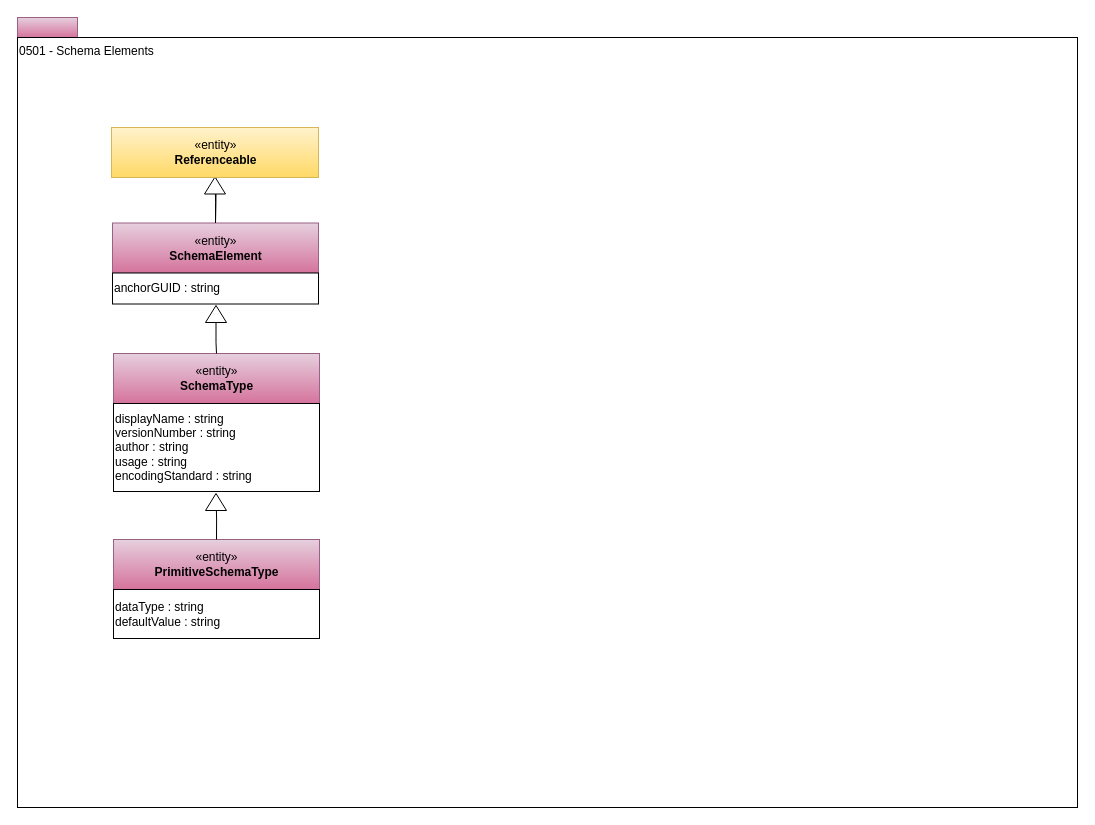
The draw.io diagram page "0501-Schema-Elements" (2 of 20) of open-metadata-publication/website/open-metadata-types/Area-5-models-and-schema.drawio in planetf1/egeria, before the edit. Source tidied: cells renumbered, new cells numbered last; positions are measured from the earlier drawing's top-left corner, leaving out a move shared by most shapes. Both pictures are drawn from the tidied source at 100%, with x=0, y=0 at pixel (17, 17).
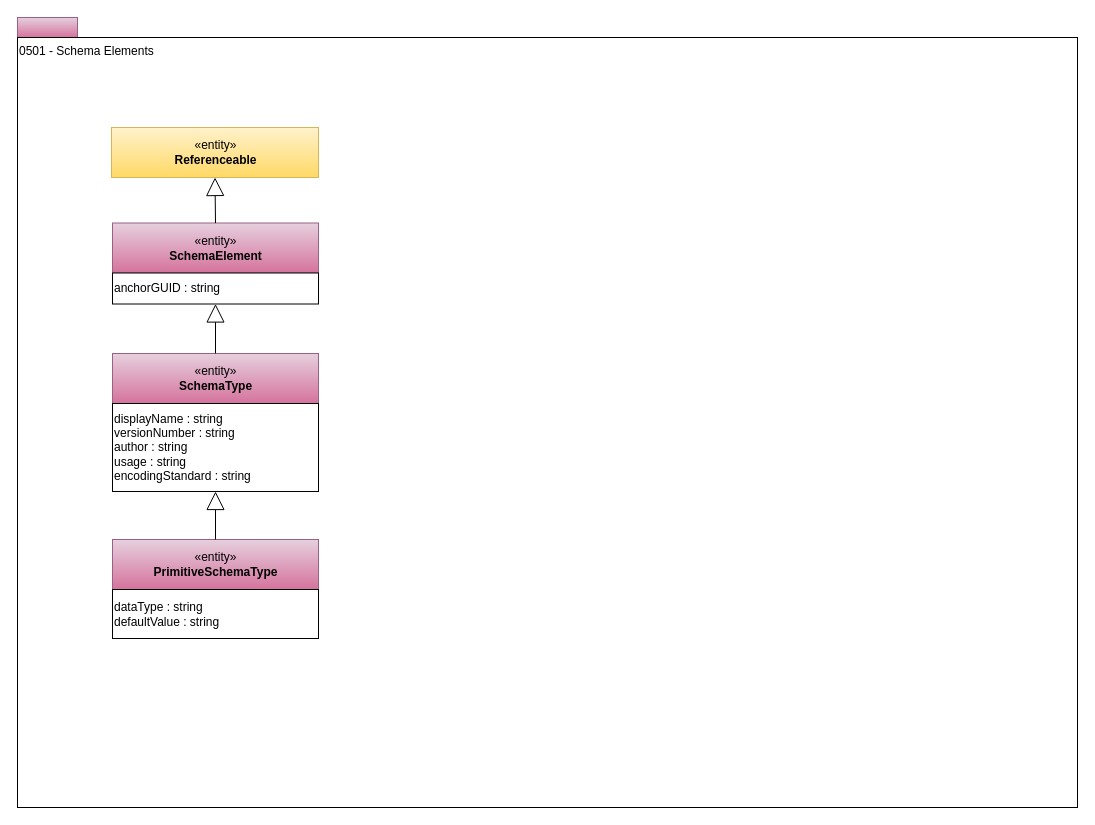
Above is the later version.

The edit, as a diff of the source:
```diff
@@
 <mxGraphModel>
   <root>
     <mxCell id="0" />
     <mxCell id="1" parent="0" />
     <mxCell id="2" style="rounded=0;whiteSpace=wrap;html=1;align=left;fillColor=#e6d0de;strokeColor=#996185;gradientColor=#d5739d;" parent="1" vertex="1">
       <mxGeometry width="60" height="20" as="geometry" />
     </mxCell>
     <mxCell id="3" value="0501 - Schema Elements" style="rounded=0;whiteSpace=wrap;html=1;align=left;verticalAlign=top;" parent="1" vertex="1">
       <mxGeometry y="20" width="1060" height="770" as="geometry" />
     </mxCell>
-    <mxCell id="4" style="edgeStyle=orthogonalEdgeStyle;rounded=0;html=1;endArrow=none;endFill=0;jettySize=auto;" parent="1" edge="1" target="5">
-      <mxGeometry relative="1" as="geometry">
-        <mxPoint x="198" y="146.5" as="sourcePoint" />
-      </mxGeometry>
-    </mxCell>
+    <mxCell id="9" value="«entity»&lt;br&gt;&lt;b&gt;Referenceable&lt;/b&gt;" style="html=1;strokeColor=#d6b656;align=center;fillColor=#fff2cc;gradientColor=#ffd966;" parent="1" vertex="1">
+      <mxGeometry x="94" y="110" width="207" height="50" as="geometry" />
+    </mxCell>
+    <mxCell id="18" style="group;" parent="1" vertex="1">
+      <mxGeometry x="95" y="205.5" width="206" height="81" as="geometry" />
+    </mxCell>
-    <mxCell id="5" value="«entity»&lt;br&gt;&lt;b&gt;SchemaElement&lt;/b&gt;" style="html=1;strokeColor=#996185;align=center;fillColor=#e6d0de;gradientColor=#d5739d;" parent="1" vertex="1">
-      <mxGeometry x="95" y="205.5" width="206" height="50" as="geometry" />
+    <mxCell id="5" value="«entity»&lt;br&gt;&lt;b&gt;SchemaElement&lt;/b&gt;" style="html=1;strokeColor=#996185;align=center;fillColor=#e6d0de;gradientColor=#d5739d;" parent="18" vertex="1">
+      <mxGeometry width="206" height="50" as="geometry" />
     </mxCell>
-    <mxCell id="6" value="anchorGUID : string" style="rounded=0;whiteSpace=wrap;html=1;strokeColor=#000000;gradientColor=#ffffff;align=left;" parent="1" vertex="1">
-      <mxGeometry x="95" y="255.5" width="206" height="31" as="geometry" />
+    <mxCell id="6" value="anchorGUID : string" style="rounded=0;whiteSpace=wrap;html=1;strokeColor=#000000;gradientColor=#ffffff;align=left;" parent="18" vertex="1">
+      <mxGeometry y="50" width="206" height="31" as="geometry" />
     </mxCell>
-    <mxCell id="7" style="edgeStyle=orthogonalEdgeStyle;rounded=0;html=1;endArrow=none;endFill=0;jettySize=auto;" parent="1" edge="1" target="5">
-      <mxGeometry relative="1" as="geometry">
-        <mxPoint x="197.6" y="163.5" as="sourcePoint" />
-      </mxGeometry>
-    </mxCell>
-    <mxCell id="8" style="triangle;whiteSpace=wrap;html=1;strokeColor=#000000;gradientColor=#ffffff;align=center;rotation=-90;" parent="1" vertex="1">
-      <mxGeometry x="189" y="157.5" width="17" height="21" as="geometry" />
-    </mxCell>
-    <mxCell id="9" value="«entity»&lt;br&gt;&lt;b&gt;Referenceable&lt;/b&gt;" style="html=1;strokeColor=#d6b656;align=center;fillColor=#fff2cc;gradientColor=#ffd966;" parent="1" vertex="1">
-      <mxGeometry x="94" y="110" width="207" height="50" as="geometry" />
-    </mxCell>
+    <mxCell id="19" style="group;" parent="1" vertex="1">
+      <mxGeometry x="95" y="336" width="206" height="138" as="geometry" />
+    </mxCell>
-    <mxCell id="10" value="«entity»&lt;br&gt;&lt;b&gt;SchemaType&lt;/b&gt;" style="html=1;strokeColor=#996185;align=center;fillColor=#e6d0de;gradientColor=#d5739d;" parent="1" vertex="1">
-      <mxGeometry x="96" y="336" width="206" height="50" as="geometry" />
+    <mxCell id="10" value="«entity»&lt;br&gt;&lt;b&gt;SchemaType&lt;/b&gt;" style="html=1;strokeColor=#996185;align=center;fillColor=#e6d0de;gradientColor=#d5739d;" parent="19" vertex="1">
+      <mxGeometry width="206" height="50" as="geometry" />
     </mxCell>
-    <mxCell id="11" value="displayName : string&lt;br&gt;versionNumber : string&lt;br&gt;author : string&lt;br&gt;usage : string&lt;br&gt;encodingStandard : string&lt;br&gt;&lt;div style=&quot;text-align: left&quot;&gt;&lt;/div&gt;" style="rounded=0;whiteSpace=wrap;html=1;strokeColor=#000000;gradientColor=#ffffff;align=left;" parent="1" vertex="1">
-      <mxGeometry x="96" y="386" width="206" height="88" as="geometry" />
+    <mxCell id="11" value="displayName : string&lt;br&gt;versionNumber : string&lt;br&gt;author : string&lt;br&gt;usage : string&lt;br&gt;encodingStandard : string&lt;br&gt;&lt;div style=&quot;text-align: left&quot;&gt;&lt;/div&gt;" style="rounded=0;whiteSpace=wrap;html=1;strokeColor=#000000;gradientColor=#ffffff;align=left;" parent="19" vertex="1">
+      <mxGeometry y="50" width="206" height="88" as="geometry" />
     </mxCell>
-    <mxCell id="12" style="edgeStyle=orthogonalEdgeStyle;rounded=0;html=1;endArrow=none;endFill=0;jettySize=auto;exitX=0;exitY=0.5;exitDx=0;exitDy=0;" parent="1" edge="1" source="13" target="10">
-      <mxGeometry relative="1" as="geometry" />
-    </mxCell>
-    <mxCell id="13" style="triangle;whiteSpace=wrap;html=1;strokeColor=#000000;gradientColor=#ffffff;align=center;rotation=-90;" parent="1" vertex="1">
-      <mxGeometry x="190" y="286" width="17" height="21" as="geometry" />
-    </mxCell>
+    <mxCell id="20" style="group;" parent="1" vertex="1">
+      <mxGeometry x="95" y="522" width="206" height="99" as="geometry" />
+    </mxCell>
-    <mxCell id="14" value="«entity»&lt;br&gt;&lt;b&gt;PrimitiveSchemaType&lt;/b&gt;" style="html=1;strokeColor=#996185;align=center;fillColor=#e6d0de;gradientColor=#d5739d;" parent="1" vertex="1">
-      <mxGeometry x="96" y="522" width="206" height="50" as="geometry" />
+    <mxCell id="14" value="«entity»&lt;br&gt;&lt;b&gt;PrimitiveSchemaType&lt;/b&gt;" style="html=1;strokeColor=#996185;align=center;fillColor=#e6d0de;gradientColor=#d5739d;" parent="20" vertex="1">
+      <mxGeometry width="206" height="50" as="geometry" />
     </mxCell>
-    <mxCell id="15" value="dataType : string&lt;br&gt;defaultValue : string&lt;br&gt;&lt;div style=&quot;text-align: left&quot;&gt;&lt;/div&gt;" style="rounded=0;whiteSpace=wrap;html=1;strokeColor=#000000;gradientColor=#ffffff;align=left;" parent="1" vertex="1">
-      <mxGeometry x="96" y="572" width="206" height="49" as="geometry" />
+    <mxCell id="15" value="dataType : string&lt;br&gt;defaultValue : string&lt;br&gt;&lt;div style=&quot;text-align: left&quot;&gt;&lt;/div&gt;" style="rounded=0;whiteSpace=wrap;html=1;strokeColor=#000000;gradientColor=#ffffff;align=left;" parent="20" vertex="1">
+      <mxGeometry y="50" width="206" height="49" as="geometry" />
     </mxCell>
-    <mxCell id="16" style="edgeStyle=orthogonalEdgeStyle;rounded=0;html=1;endArrow=none;endFill=0;jettySize=auto;" parent="1" edge="1" target="14">
-      <mxGeometry relative="1" as="geometry">
-        <mxPoint x="198.6" y="480" as="sourcePoint" />
-      </mxGeometry>
-    </mxCell>
-    <mxCell id="17" style="triangle;whiteSpace=wrap;html=1;strokeColor=#000000;gradientColor=#ffffff;align=center;rotation=-90;" parent="1" vertex="1">
-      <mxGeometry x="190" y="474" width="17" height="21" as="geometry" />
-    </mxCell>
+    <mxCell id="21" style="edgeStyle=orthogonalEdgeStyle;rounded=0;jettySize=auto;html=1;exitX=0.5;exitY=0;exitDx=0;exitDy=0;startSize=6;endArrow=block;endFill=0;endSize=16;" parent="1" edge="1" source="14" target="11">
+      <mxGeometry relative="1" as="geometry" />
+    </mxCell>
+    <mxCell id="22" style="edgeStyle=orthogonalEdgeStyle;rounded=0;jettySize=auto;html=1;exitX=0.5;exitY=0;exitDx=0;exitDy=0;entryX=0.5;entryY=1;entryDx=0;entryDy=0;startSize=6;endArrow=block;endFill=0;endSize=16;" parent="1" edge="1" source="10" target="6">
+      <mxGeometry relative="1" as="geometry" />
+    </mxCell>
+    <mxCell id="23" style="edgeStyle=orthogonalEdgeStyle;rounded=0;jettySize=auto;html=1;exitX=0.5;exitY=0;exitDx=0;exitDy=0;entryX=0.5;entryY=1;entryDx=0;entryDy=0;startSize=6;endArrow=block;endFill=0;endSize=16;" parent="1" edge="1" source="5" target="9">
+      <mxGeometry relative="1" as="geometry" />
+    </mxCell>
   </root>
 </mxGraphModel>
```
